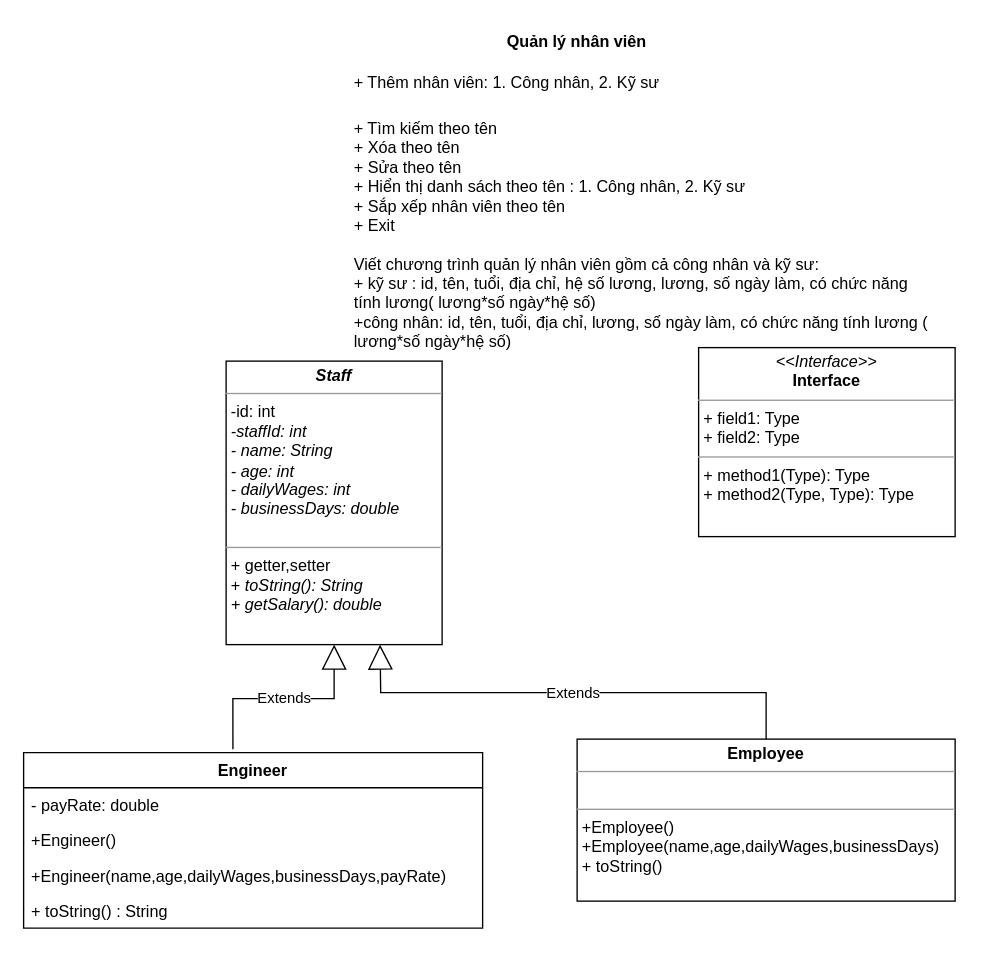
Before: UML/Lesson7 Manage Staffs - Homeworks.drawio in tuan1912/Modul2Java, a draw.io diagram. Source tidied: cells renumbered, new cells numbered last; positions are measured from the earlier drawing's top-left corner, leaving out a move shared by most shapes. Both pictures are drawn from the tidied source at 135%, with x=0, y=0 at pixel (23, 23).
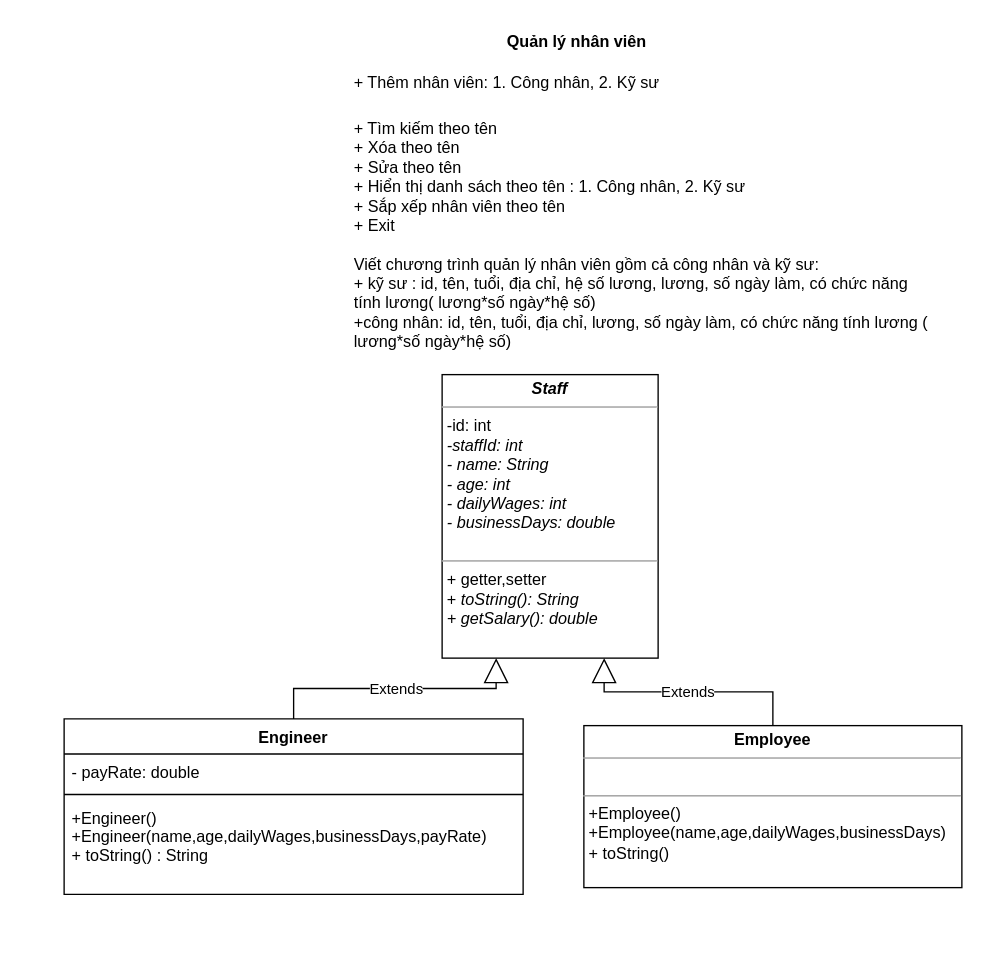
The same page after the edit.

Diff of the diagram source:
```diff
@@
 <mxGraphModel>
   <root>
     <mxCell id="0" />
     <mxCell id="1" parent="0" />
     <mxCell id="2" value="&lt;p style=&quot;margin: 0px ; margin-top: 4px ; text-align: center&quot;&gt;&lt;b&gt;&lt;i&gt;Staff&lt;/i&gt;&lt;/b&gt;&lt;/p&gt;&lt;hr size=&quot;1&quot;&gt;&lt;p style=&quot;margin: 0px ; margin-left: 4px&quot;&gt;-id: int&lt;/p&gt;&lt;p style=&quot;margin: 0px ; margin-left: 4px&quot;&gt;&lt;i&gt;-staffId: int&lt;/i&gt;&lt;/p&gt;&lt;p style=&quot;margin: 0px ; margin-left: 4px&quot;&gt;&lt;i&gt;- name: String&lt;/i&gt;&lt;/p&gt;&lt;p style=&quot;margin: 0px ; margin-left: 4px&quot;&gt;&lt;i&gt;- age: int&lt;/i&gt;&lt;/p&gt;&lt;p style=&quot;margin: 0px ; margin-left: 4px&quot;&gt;&lt;i&gt;- dailyWages: int&lt;/i&gt;&lt;/p&gt;&lt;p style=&quot;margin: 0px ; margin-left: 4px&quot;&gt;&lt;i&gt;- businessDays: double&lt;/i&gt;&lt;/p&gt;&lt;p style=&quot;margin: 0px ; margin-left: 4px&quot;&gt;&lt;i&gt;&lt;br&gt;&lt;/i&gt;&lt;/p&gt;&lt;hr size=&quot;1&quot;&gt;&lt;p style=&quot;margin: 0px ; margin-left: 4px&quot;&gt;+ getter,setter&lt;/p&gt;&lt;p style=&quot;margin: 0px ; margin-left: 4px&quot;&gt;+&lt;i&gt; toString(): String&lt;/i&gt;&lt;/p&gt;&lt;p style=&quot;margin: 0px ; margin-left: 4px&quot;&gt;&lt;i&gt;+ getSalary(): double&lt;/i&gt;&lt;/p&gt;" style="verticalAlign=top;align=left;overflow=fill;fontSize=12;fontFamily=Helvetica;html=1;" parent="1" vertex="1">
-      <mxGeometry x="150" y="250" width="160" height="210" as="geometry" />
+      <mxGeometry x="310" y="260" width="160" height="210" as="geometry" />
     </mxCell>
-    <mxCell id="3" value="&lt;p style=&quot;margin:0px;margin-top:4px;text-align:center;&quot;&gt;&lt;i&gt;&amp;lt;&amp;lt;Interface&amp;gt;&amp;gt;&lt;/i&gt;&lt;br/&gt;&lt;b&gt;Interface&lt;/b&gt;&lt;/p&gt;&lt;hr size=&quot;1&quot;/&gt;&lt;p style=&quot;margin:0px;margin-left:4px;&quot;&gt;+ field1: Type&lt;br/&gt;+ field2: Type&lt;/p&gt;&lt;hr size=&quot;1&quot;/&gt;&lt;p style=&quot;margin:0px;margin-left:4px;&quot;&gt;+ method1(Type): Type&lt;br/&gt;+ method2(Type, Type): Type&lt;/p&gt;" style="verticalAlign=top;align=left;overflow=fill;fontSize=12;fontFamily=Helvetica;html=1;" parent="1" vertex="1">
-      <mxGeometry x="500" y="240" width="190" height="140" as="geometry" />
-    </mxCell>
     <mxCell id="4" value="Quản lý nhân viên" style="text;align=center;fontStyle=1;verticalAlign=middle;spacingLeft=3;spacingRight=3;strokeColor=none;" parent="1" vertex="1">
       <mxGeometry x="370" width="80" height="26" as="geometry" />
     </mxCell>
     <mxCell id="5" value="&lt;h1&gt;&lt;font style=&quot;font-size: 12px ; font-weight: normal&quot;&gt;+ Thêm nhân viên: 1. Công nhân, 2. Kỹ sư&lt;/font&gt;&lt;/h1&gt;&lt;div&gt;&lt;font style=&quot;font-size: 12px&quot;&gt;+ Tìm kiếm theo tên&lt;/font&gt;&lt;/div&gt;&lt;div&gt;&lt;font style=&quot;font-size: 12px&quot;&gt;+ Xóa theo tên&lt;/font&gt;&lt;/div&gt;&lt;div&gt;&lt;font style=&quot;font-size: 12px&quot;&gt;+ Sửa theo tên&lt;/font&gt;&lt;/div&gt;&lt;div&gt;&lt;font style=&quot;font-size: 12px&quot;&gt;+ Hiển thị danh sách theo tên : 1. Công nhân, 2. Kỹ sư&lt;/font&gt;&lt;/div&gt;&lt;div&gt;&lt;font style=&quot;font-size: 12px&quot;&gt;+ Sắp xếp nhân viên theo tên&lt;/font&gt;&lt;/div&gt;&lt;div&gt;&lt;font style=&quot;font-size: 12px&quot;&gt;+ Exit&lt;/font&gt;&lt;/div&gt;&lt;div&gt;&lt;font style=&quot;font-size: 12px&quot;&gt;&lt;br&gt;&lt;/font&gt;&lt;/div&gt;&lt;div&gt;&lt;font style=&quot;font-size: 12px&quot;&gt;Viết chương trình quản lý nhân viên gồm cả công nhân và kỹ sư:&lt;/font&gt;&lt;/div&gt;&lt;div&gt;&lt;font style=&quot;font-size: 12px&quot;&gt;+ kỹ sư : id, tên, tuổi, địa chỉ, hệ số lương, lương, số ngày làm, có chức năng tính lương( lương*số ngày*hệ số)&lt;/font&gt;&lt;/div&gt;&lt;div&gt;&lt;font style=&quot;font-size: 12px&quot;&gt;+công nhân: id, tên, tuổi, địa chỉ, lương, số ngày làm, có chức năng tính lương ( lương*số ngày*hệ số)&lt;/font&gt;&lt;/div&gt;&lt;div&gt;&lt;font style=&quot;font-size: 12px&quot;&gt;&lt;br&gt;&lt;/font&gt;&lt;/div&gt;" style="text;html=1;strokeColor=none;fillColor=none;spacing=5;spacingTop=-20;whiteSpace=wrap;overflow=hidden;rounded=0;" parent="1" vertex="1">
       <mxGeometry x="240" y="20" width="440" height="230" as="geometry" />
     </mxCell>
-    <mxCell id="6" value="Engineer" style="swimlane;fontStyle=1;align=center;verticalAlign=top;horizontal=1;startSize=26;" parent="1" vertex="1">
-      <mxGeometry y="540" width="340" height="130" as="geometry" />
-    </mxCell>
-    <mxCell id="7" value="- payRate: double" style="text;strokeColor=none;fillColor=none;align=left;verticalAlign=top;spacingLeft=4;spacingRight=4;overflow=hidden;" parent="6" vertex="1">
-      <mxGeometry y="26" width="340" height="26" as="geometry" />
-    </mxCell>
-    <mxCell id="8" value="+Engineer()" style="text;strokeColor=none;fillColor=none;align=left;verticalAlign=top;spacingLeft=4;spacingRight=4;overflow=hidden;" parent="6" vertex="1">
-      <mxGeometry y="52" width="340" height="26" as="geometry" />
-    </mxCell>
-    <mxCell id="9" value="+Engineer(name,age,dailyWages,businessDays,payRate)" style="text;strokeColor=none;fillColor=none;align=left;verticalAlign=top;spacingLeft=4;spacingRight=4;overflow=hidden;" parent="6" vertex="1">
-      <mxGeometry y="78" width="340" height="26" as="geometry" />
-    </mxCell>
-    <mxCell id="10" value="+ toString() : String" style="text;strokeColor=none;fillColor=none;align=left;verticalAlign=top;spacingLeft=4;spacingRight=4;overflow=hidden;" parent="6" vertex="1">
-      <mxGeometry y="104" width="340" height="26" as="geometry" />
-    </mxCell>
-    <mxCell id="11" value="Extends" style="endArrow=block;endSize=16;endFill=0;html=1;rounded=0;edgeStyle=orthogonalEdgeStyle;exitX=0.456;exitY=-0.019;exitDx=0;exitDy=0;exitPerimeter=0;entryX=0.5;entryY=1;entryDx=0;entryDy=0;" parent="1" edge="1" source="6" target="2">
+    <mxCell id="11" value="Extends" style="endArrow=block;endSize=16;endFill=0;html=1;rounded=0;edgeStyle=orthogonalEdgeStyle;exitX=0.5;exitY=0;exitDx=0;exitDy=0;entryX=0.25;entryY=1;entryDx=0;entryDy=0;" parent="1" edge="1" source="6" target="2">
       <mxGeometry relative="1" as="geometry" />
     </mxCell>
-    <mxCell id="12" value="Extends" style="endArrow=block;endSize=16;endFill=0;html=1;rounded=0;edgeStyle=orthogonalEdgeStyle;exitX=0.5;exitY=0;exitDx=0;exitDy=0;" parent="1" edge="1" source="13">
-      <mxGeometry relative="1" as="geometry">
-        <mxPoint x="264" y="460" as="targetPoint" />
-      </mxGeometry>
+    <mxCell id="12" value="Extends" style="endArrow=block;endSize=16;endFill=0;html=1;rounded=0;edgeStyle=orthogonalEdgeStyle;exitX=0.5;exitY=0;exitDx=0;exitDy=0;entryX=0.75;entryY=1;entryDx=0;entryDy=0;" parent="1" edge="1" source="13" target="2">
+      <mxGeometry relative="1" as="geometry" />
     </mxCell>
     <mxCell id="13" value="&lt;p style=&quot;margin: 0px ; margin-top: 4px ; text-align: center&quot;&gt;&lt;b&gt;Employee&lt;/b&gt;&lt;/p&gt;&lt;hr size=&quot;1&quot;&gt;&lt;p style=&quot;margin: 0px ; margin-left: 4px&quot;&gt;&lt;br&gt;&lt;/p&gt;&lt;hr size=&quot;1&quot;&gt;&lt;p style=&quot;margin: 0px ; margin-left: 4px&quot;&gt;+Employee()&lt;/p&gt;&lt;p style=&quot;margin: 0px ; margin-left: 4px&quot;&gt;+Employee(name,age,dailyWages,businessDays)&lt;/p&gt;&lt;p style=&quot;margin: 0px ; margin-left: 4px&quot;&gt;+ toString()&lt;/p&gt;" style="verticalAlign=top;align=left;overflow=fill;fontSize=12;fontFamily=Helvetica;html=1;" parent="1" vertex="1">
-      <mxGeometry x="410" y="530" width="280" height="120" as="geometry" />
+      <mxGeometry x="415" y="520" width="280" height="120" as="geometry" />
     </mxCell>
+    <mxCell id="6" value="Engineer" style="swimlane;fontStyle=1;align=center;verticalAlign=top;horizontal=1;startSize=26;" parent="1" vertex="1">
+      <mxGeometry x="30" y="515" width="340" height="130" as="geometry" />
+    </mxCell>
+    <mxCell id="7" value="- payRate: double" style="text;strokeColor=none;fillColor=none;align=left;verticalAlign=top;spacingLeft=4;spacingRight=4;overflow=hidden;" parent="6" vertex="1">
+      <mxGeometry y="26" width="340" height="26" as="geometry" />
+    </mxCell>
+    <mxCell id="14" style="line;strokeWidth=1;fillColor=none;align=left;verticalAlign=middle;spacingTop=-1;spacingLeft=3;spacingRight=3;labelPosition=right;" parent="6" vertex="1">
+      <mxGeometry y="52" width="340" height="8" as="geometry" />
+    </mxCell>
+    <mxCell id="15" value="+Engineer()&#10;+Engineer(name,age,dailyWages,businessDays,payRate)&#10;+ toString() : String&#10;" style="text;strokeColor=none;fillColor=none;align=left;verticalAlign=top;spacingLeft=4;spacingRight=4;overflow=hidden;" parent="6" vertex="1">
+      <mxGeometry y="60" width="340" height="70" as="geometry" />
+    </mxCell>
   </root>
 </mxGraphModel>
```
